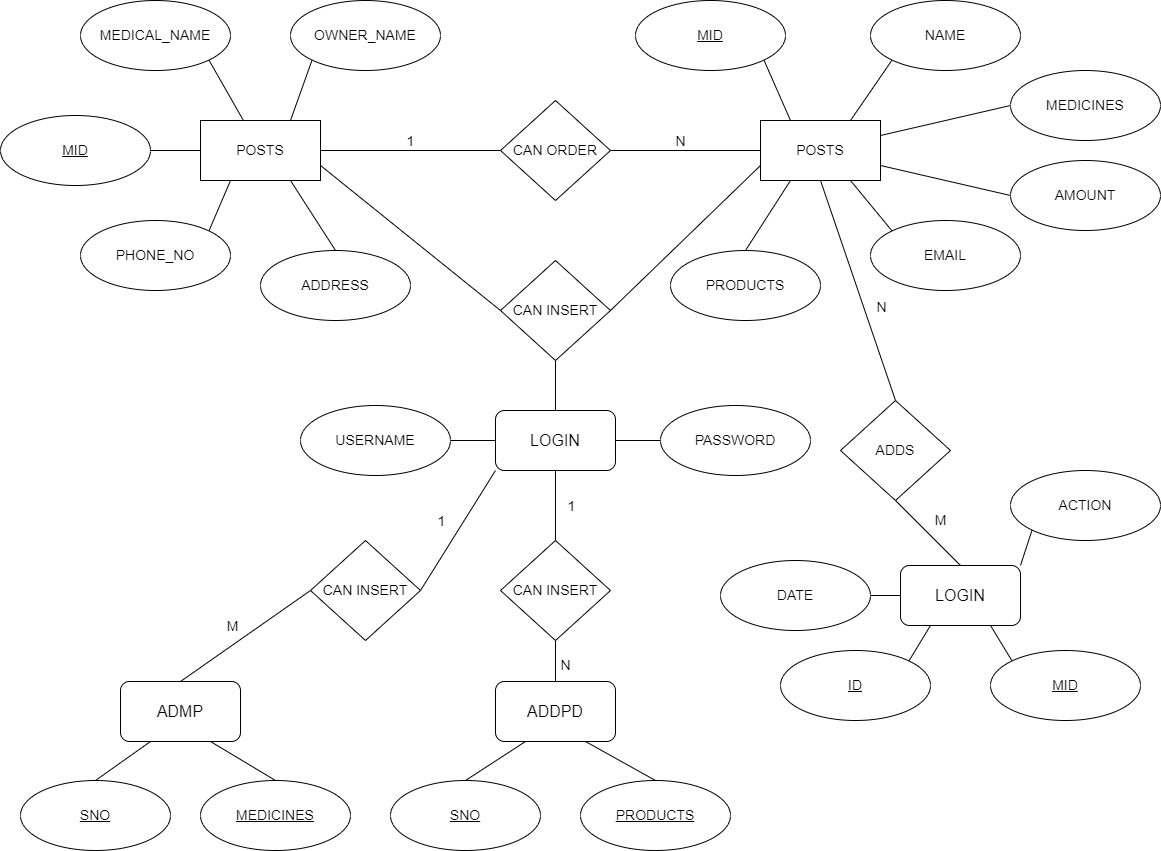
The draw.io diagram Diagrams/Er_PNG.png in Akp-arvind/dbms_mini_project_medical, before a commit. Source tidied: cells renumbered, new cells last; positions are measured from the earlier drawing's top-left corner, leaving out a move shared by most shapes.
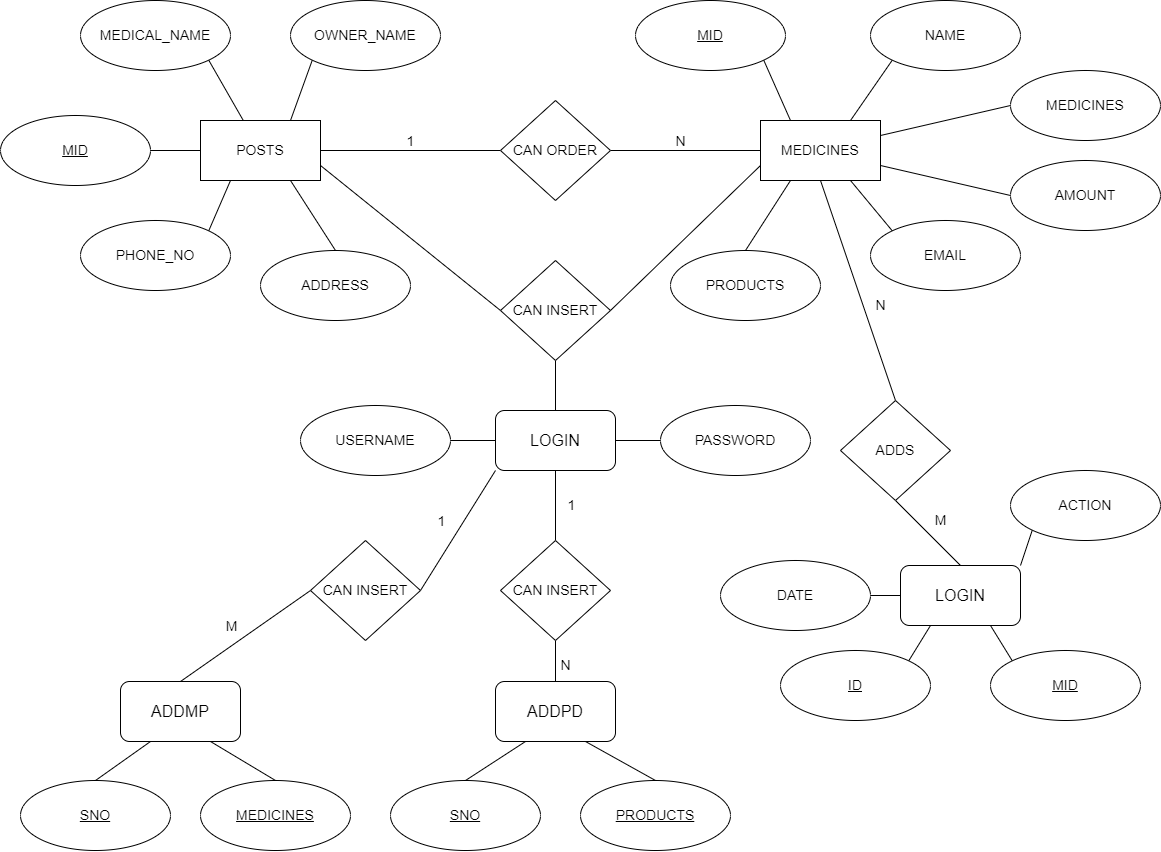
The same file after the commit.

The edit, as a diff of the source:
```diff
@@ -92,7 +92,7 @@
     <mxCell id="29" style="edgeStyle=none;html=1;exitX=0.25;exitY=1;exitDx=0;exitDy=0;entryX=0.5;entryY=0;entryDx=0;entryDy=0;fontSize=14;endArrow=none;endFill=0;" parent="1" edge="1" source="30" target="24">
       <mxGeometry relative="1" as="geometry" />
     </mxCell>
-    <mxCell id="30" value="POSTS" style="rounded=0;whiteSpace=wrap;html=1;fontSize=14;" parent="1" vertex="1">
+    <mxCell id="30" value="MEDICINES" style="rounded=0;whiteSpace=wrap;html=1;fontSize=14;" parent="1" vertex="1">
       <mxGeometry x="760" y="120" width="120" height="60" as="geometry" />
     </mxCell>
     <mxCell id="31" style="edgeStyle=none;html=1;exitX=0;exitY=1;exitDx=0;exitDy=0;entryX=0.75;entryY=0;entryDx=0;entryDy=0;fontSize=14;endArrow=none;endFill=0;" parent="1" edge="1" source="32" target="30">
@@ -220,7 +220,7 @@
     <mxCell id="69" style="edgeStyle=none;html=1;exitX=0.75;exitY=1;exitDx=0;exitDy=0;entryX=0.5;entryY=0;entryDx=0;entryDy=0;fontSize=14;endArrow=none;endFill=0;" parent="1" edge="1" source="70" target="72">
       <mxGeometry relative="1" as="geometry" />
     </mxCell>
-    <mxCell id="70" value="&lt;font style=&quot;font-size: 16px;&quot;&gt;ADMP&lt;/font&gt;" style="rounded=1;whiteSpace=wrap;html=1;fontSize=14;" parent="1" vertex="1">
+    <mxCell id="70" value="&lt;font style=&quot;font-size: 16px;&quot;&gt;ADDMP&lt;/font&gt;" style="rounded=1;whiteSpace=wrap;html=1;fontSize=14;" parent="1" vertex="1">
       <mxGeometry x="120" y="681" width="120" height="60" as="geometry" />
     </mxCell>
     <mxCell id="71" value="&lt;u style=&quot;font-size: 14px;&quot;&gt;SNO&lt;/u&gt;" style="ellipse;whiteSpace=wrap;html=1;fontSize=14;" parent="1" vertex="1">
```
